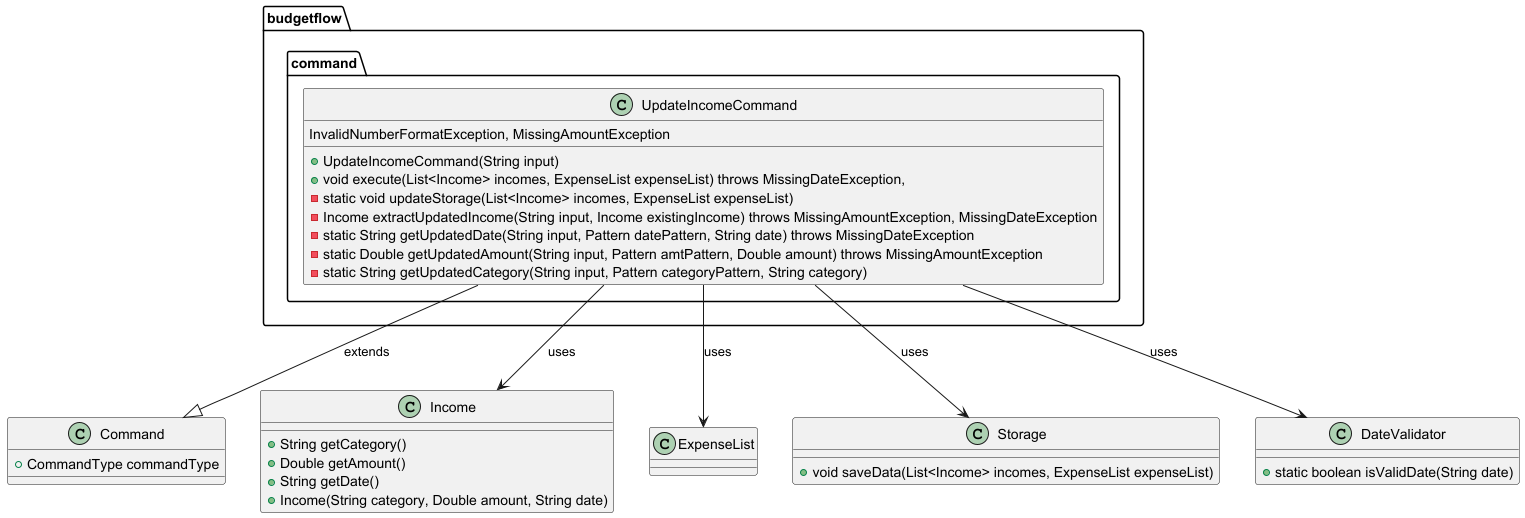
thienkimtranhoang/tp keeps this PlantUML diagram as docs/diagrams/UpdateIncomeCommandClass.png. Above is the earlier version. Its diagram source:
```plantuml
@startuml

package "budgetflow.command" {
    class UpdateIncomeCommand {

        + UpdateIncomeCommand(String input)
        + void execute(List<Income> incomes, ExpenseList expenseList) throws MissingDateException,
         InvalidNumberFormatException, MissingAmountException
        - static void updateStorage(List<Income> incomes, ExpenseList expenseList)
        - Income extractUpdatedIncome(String input, Income existingIncome) throws MissingAmountException, MissingDateException
        - static String getUpdatedDate(String input, Pattern datePattern, String date) throws MissingDateException
        - static Double getUpdatedAmount(String input, Pattern amtPattern, Double amount) throws MissingAmountException
        - static String getUpdatedCategory(String input, Pattern categoryPattern, String category)
    }
}

class Command {
    + CommandType commandType
}

class Income {
    + String getCategory()
    + Double getAmount()
    + String getDate()
    + Income(String category, Double amount, String date)
}

class ExpenseList {}

class Storage {
    + void saveData(List<Income> incomes, ExpenseList expenseList)
}

class DateValidator {
    + static boolean isValidDate(String date)
}

UpdateIncomeCommand --|> Command : extends
UpdateIncomeCommand --> Income : uses
UpdateIncomeCommand --> ExpenseList : uses
UpdateIncomeCommand --> Storage : uses
UpdateIncomeCommand --> DateValidator : uses

@enduml
```
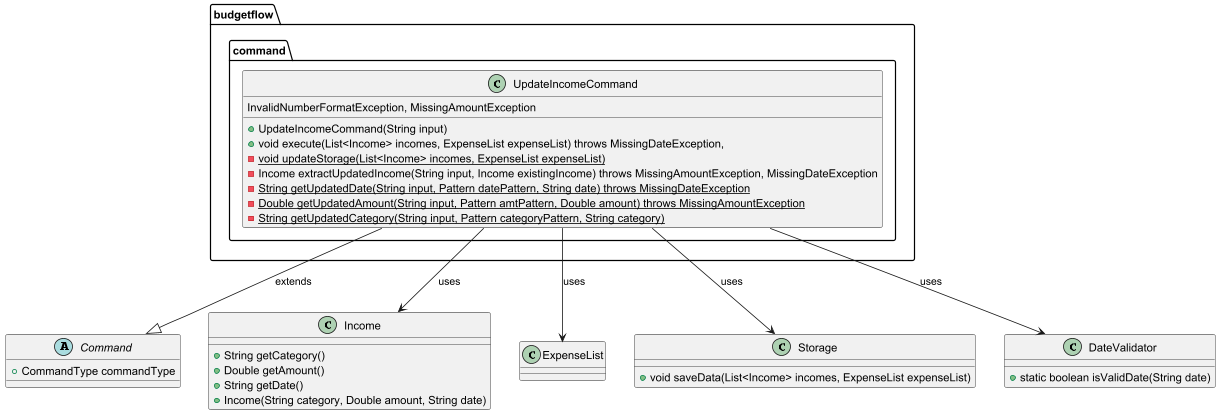
Later version of the same file.

Diff of the diagram source:
```diff
@@ -6,15 +6,15 @@
         + UpdateIncomeCommand(String input)
         + void execute(List<Income> incomes, ExpenseList expenseList) throws MissingDateException,
          InvalidNumberFormatException, MissingAmountException
-        - static void updateStorage(List<Income> incomes, ExpenseList expenseList)
+        - {static} void updateStorage(List<Income> incomes, ExpenseList expenseList)
         - Income extractUpdatedIncome(String input, Income existingIncome) throws MissingAmountException, MissingDateException
-        - static String getUpdatedDate(String input, Pattern datePattern, String date) throws MissingDateException
-        - static Double getUpdatedAmount(String input, Pattern amtPattern, Double amount) throws MissingAmountException
-        - static String getUpdatedCategory(String input, Pattern categoryPattern, String category)
+        - {static} String getUpdatedDate(String input, Pattern datePattern, String date) throws MissingDateException
+        - {static} Double getUpdatedAmount(String input, Pattern amtPattern, Double amount) throws MissingAmountException
+        - {static} String getUpdatedCategory(String input, Pattern categoryPattern, String category)
     }
 }
 
-class Command {
+abstract class Command {
     + CommandType commandType
 }
 
```
